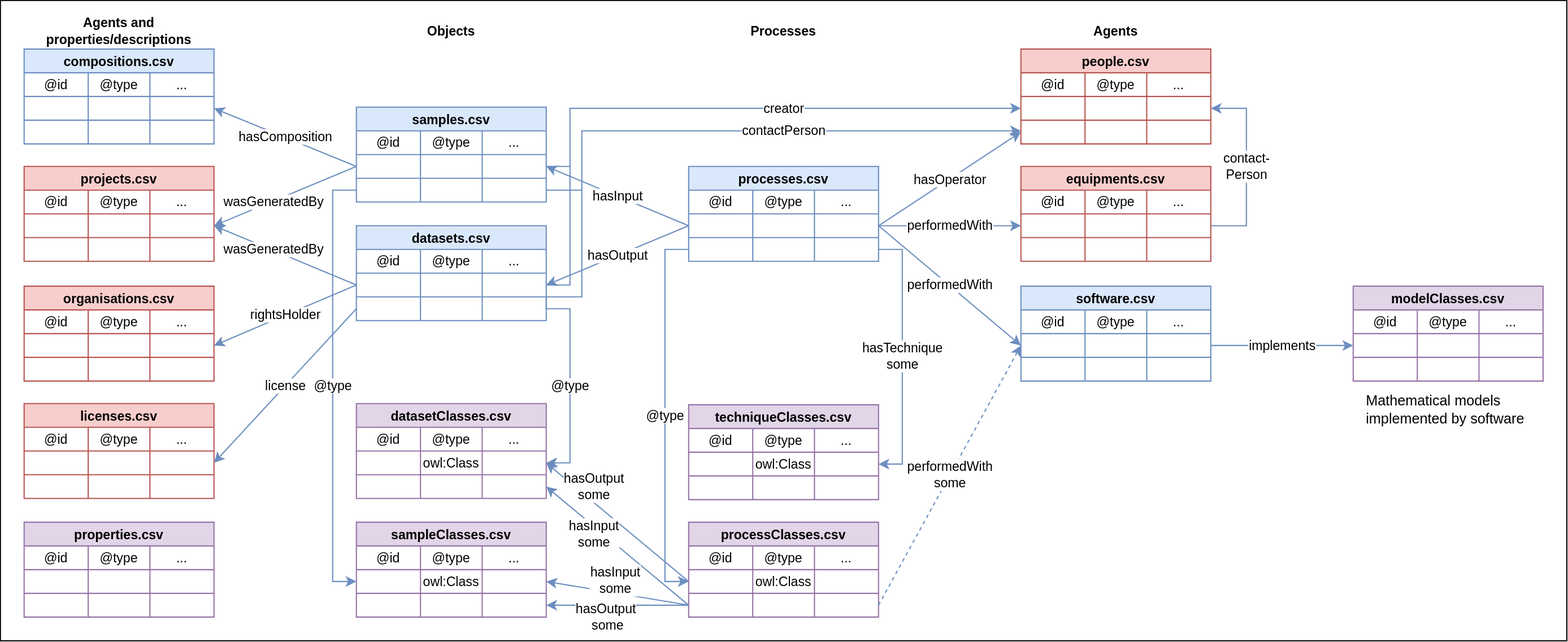
The draw.io diagram figs/tables.svg in SINTEF/physmet-data-documentation-templates, before a commit. Source tidied: cells renumbered, new cells last; positions are measured from the earlier drawing's top-left corner, leaving out a move shared by most shapes.
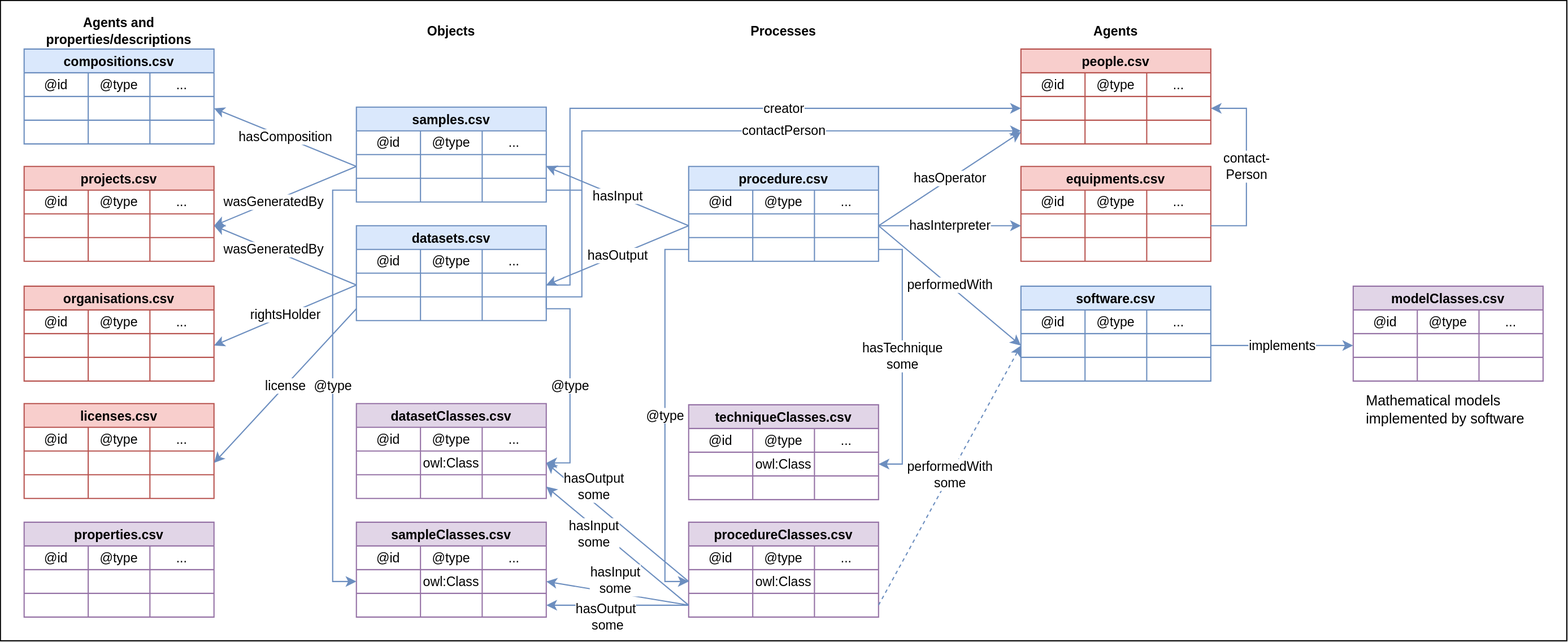
After the change.

Commit message:
Updated figure on front page

The edit, as a diff of the source:
```diff
@@ -83,7 +83,7 @@
     <mxCell id="28" style="shape=partialRectangle;html=1;whiteSpace=wrap;fillColor=none;top=0;left=0;bottom=0;right=0;overflow=hidden;fontFamily=Helvetica;fontSize=11;fontColor=#000000;" parent="25" vertex="1">
       <mxGeometry x="106" width="54" height="20" as="geometry" />
     </mxCell>
-    <mxCell id="29" value="processes.csv" style="shape=table;startSize=20;fontStyle=1;align=center;fontFamily=Helvetica;fontSize=11;fillColor=#dae8fc;strokeColor=#6c8ebf;fontColor=#000000;" parent="1" vertex="1">
+    <mxCell id="29" value="procedure.csv" style="shape=table;startSize=20;fontStyle=1;align=center;fontFamily=Helvetica;fontSize=11;fillColor=#dae8fc;strokeColor=#6c8ebf;fontColor=#000000;" parent="1" vertex="1">
       <mxGeometry x="580" y="140" width="160" height="80" as="geometry" />
     </mxCell>
     <mxCell id="30" style="shape=tableRow;horizontal=0;startSize=0;swimlaneHead=0;swimlaneBody=0;top=0;left=0;bottom=0;right=0;fillColor=none;fontFamily=Helvetica;fontSize=11;fontColor=#000000;" parent="29" vertex="1">
@@ -209,7 +209,7 @@
     <mxCell id="70" style="shape=partialRectangle;html=1;whiteSpace=wrap;fillColor=none;top=0;left=0;bottom=0;right=0;overflow=hidden;fontFamily=Helvetica;fontSize=11;fontColor=#000000;" parent="67" vertex="1">
       <mxGeometry x="106" width="54" height="20" as="geometry" />
     </mxCell>
-    <mxCell id="71" value="&lt;font&gt;performedWith&lt;/font&gt;" style="edgeStyle=none;shape=connector;rounded=0;jettySize=auto;html=1;labelBackgroundColor=default;strokeColor=#6c8ebf;fontFamily=Helvetica;fontSize=11;fontColor=#000000;endArrow=classic;endFill=1;exitX=1;exitY=0.5;exitDx=0;exitDy=0;entryX=0;entryY=0.5;entryDx=0;entryDy=0;fillColor=#dae8fc;" parent="1" edge="1" source="34" target="63">
+    <mxCell id="71" value="&lt;font&gt;hasInterpreter&lt;/font&gt;" style="edgeStyle=none;shape=connector;rounded=0;jettySize=auto;html=1;labelBackgroundColor=default;strokeColor=#6c8ebf;fontFamily=Helvetica;fontSize=11;fontColor=#000000;endArrow=classic;endFill=1;exitX=1;exitY=0.5;exitDx=0;exitDy=0;entryX=0;entryY=0.5;entryDx=0;entryDy=0;fillColor=#dae8fc;" parent="1" edge="1" source="34" target="63">
       <mxGeometry relative="1" as="geometry" />
     </mxCell>
     <mxCell id="72" value="people.csv" style="shape=table;startSize=20;fontStyle=1;align=center;fontFamily=Helvetica;fontSize=11;fillColor=#f8cecc;strokeColor=#b85450;fontColor=#000000;" parent="1" vertex="1">
@@ -383,7 +383,7 @@
     <mxCell id="128" value="&lt;font&gt;wasGeneratedBy&lt;/font&gt;" style="edgeStyle=none;shape=connector;rounded=0;jettySize=auto;html=1;labelBackgroundColor=default;strokeColor=#6c8ebf;fontFamily=Helvetica;fontSize=11;fontColor=#000000;endArrow=classic;endFill=1;entryX=1;entryY=0.5;entryDx=0;entryDy=0;fillColor=#dae8fc;exitX=0;exitY=0.5;exitDx=0;exitDy=0;" parent="1" edge="1" source="21" target="104">
       <mxGeometry x="0.17" y="1" relative="1" as="geometry" />
     </mxCell>
-    <mxCell id="129" value="processClasses.csv" style="shape=table;startSize=20;fontStyle=1;align=center;fontFamily=Helvetica;fontSize=11;fillColor=#e1d5e7;strokeColor=#9673a6;fontColor=#000000;" parent="1" vertex="1">
+    <mxCell id="129" value="procedureClasses.csv" style="shape=table;startSize=20;fontStyle=1;align=center;fontFamily=Helvetica;fontSize=11;fillColor=#e1d5e7;strokeColor=#9673a6;fontColor=#000000;" parent="1" vertex="1">
       <mxGeometry x="580" y="440" width="160" height="80" as="geometry" />
     </mxCell>
     <mxCell id="130" style="shape=tableRow;horizontal=0;startSize=0;swimlaneHead=0;swimlaneBody=0;top=0;left=0;bottom=0;right=0;fillColor=none;fontFamily=Helvetica;fontSize=11;fontColor=#000000;" parent="129" vertex="1">
```
